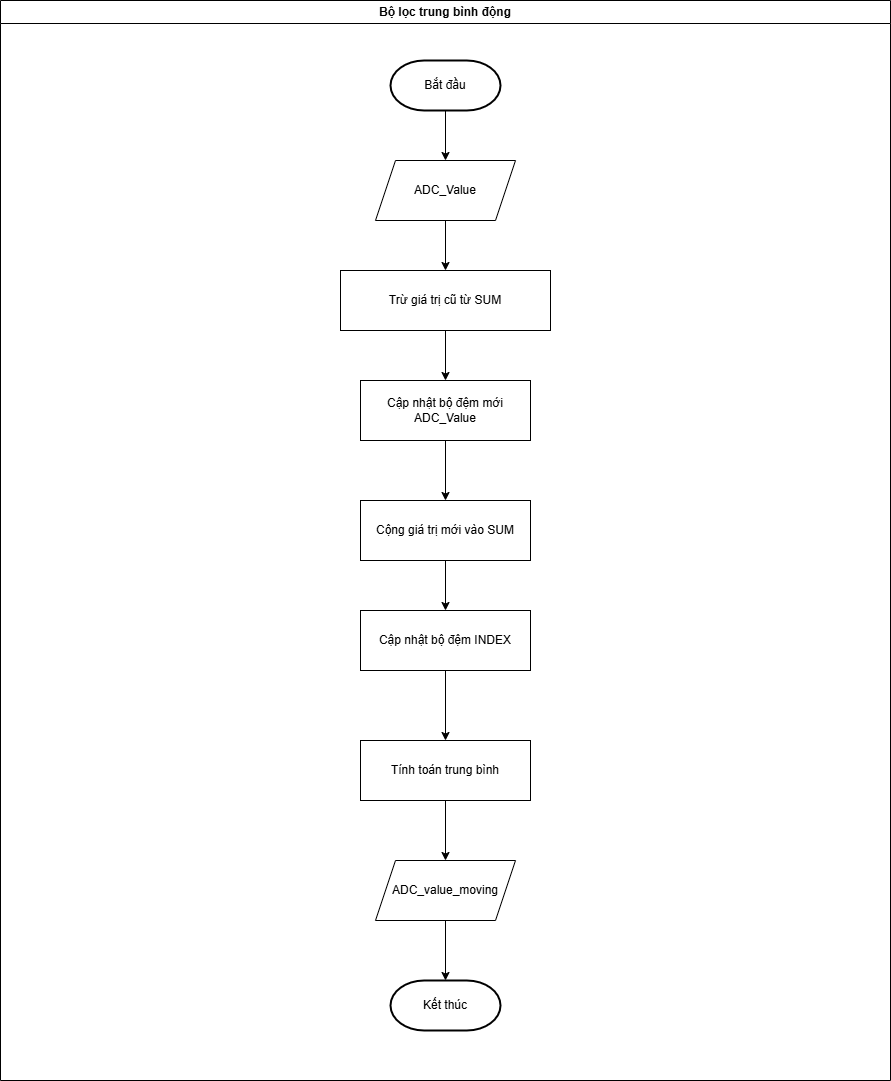
This is FLOWCHART-VIE/FLOWCHART-EMA-FILTER.png from Quynguyen34/CNC-Drill-Graduation-Project, a draw.io export, as it was before one commit. Source tidied: cells renumbered, new cells last; positions are measured from the earlier drawing's top-left corner, leaving out a move shared by most shapes.
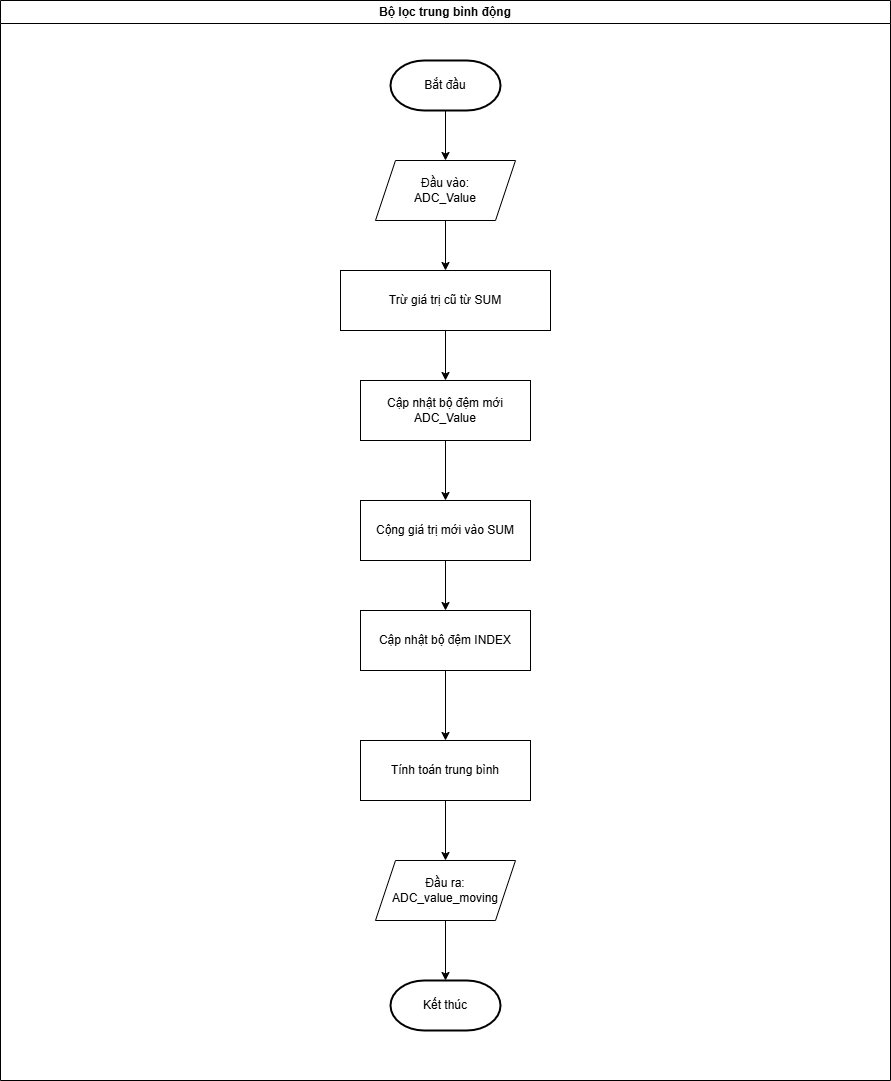
After the change.

Diff of the diagram source:
```diff
@@ -17,7 +17,7 @@
     <mxCell id="6" style="edgeStyle=orthogonalEdgeStyle;rounded=0;jettySize=auto;html=1;" parent="2" edge="1" source="7" target="9">
       <mxGeometry relative="1" as="geometry" />
     </mxCell>
-    <mxCell id="7" value="ADC_Value" style="shape=parallelogram;perimeter=parallelogramPerimeter;whiteSpace=wrap;html=1;fixedSize=1;" parent="2" vertex="1">
+    <mxCell id="7" value="Đầu vào:&lt;div&gt;ADC_Value&lt;/div&gt;" style="shape=parallelogram;perimeter=parallelogramPerimeter;whiteSpace=wrap;html=1;fixedSize=1;" parent="2" vertex="1">
       <mxGeometry x="375" y="160" width="140" height="60" as="geometry" />
     </mxCell>
     <mxCell id="8" style="edgeStyle=orthogonalEdgeStyle;rounded=0;jettySize=auto;html=1;" parent="2" edge="1" source="9" target="11">
@@ -53,7 +53,7 @@
     <mxCell id="18" style="edgeStyle=orthogonalEdgeStyle;rounded=0;jettySize=auto;html=1;" parent="2" edge="1" source="19" target="5">
       <mxGeometry relative="1" as="geometry" />
     </mxCell>
-    <mxCell id="19" value="ADC_value_moving" style="shape=parallelogram;perimeter=parallelogramPerimeter;whiteSpace=wrap;html=1;fixedSize=1;" parent="2" vertex="1">
+    <mxCell id="19" value="Đầu ra:&lt;div&gt;ADC_value_moving&lt;/div&gt;" style="shape=parallelogram;perimeter=parallelogramPerimeter;whiteSpace=wrap;html=1;fixedSize=1;" parent="2" vertex="1">
       <mxGeometry x="375" y="860" width="140" height="60" as="geometry" />
     </mxCell>
   </root>
```
